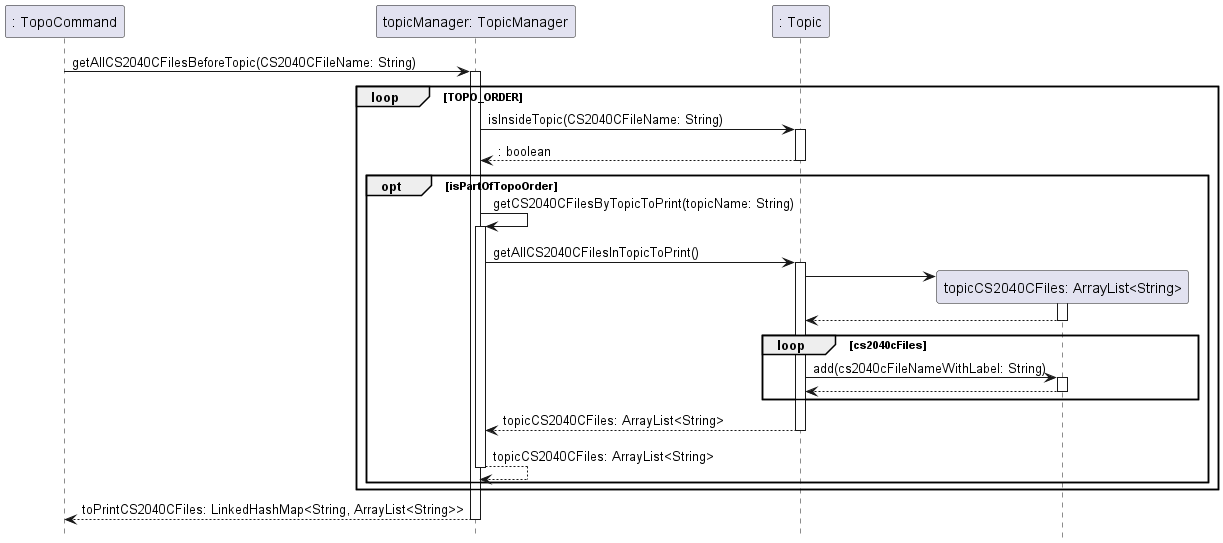
Before: docs/sequence-diagrams/diagrams/TopicManager.png, a diagram exported from PlantUML (ong-ck/tp). Source of this version:
```plantuml
@startuml
hide footbox

participant ": TopoCommand" as TopoCommand
participant "topicManager: TopicManager" as TopicManager
participant ": Topic" as Topic
participant "topicCS2040CFiles: ArrayList<String>" as topicCS2040CFiles

TopoCommand -> TopicManager : getAllCS2040CFilesBeforeTopic(CS2040CFileName: String)
activate TopicManager
    loop TOPO_ORDER
        TopicManager -> Topic: isInsideTopic(CS2040CFileName: String)
        activate Topic
        return : boolean

        opt isPartOfTopoOrder
            TopicManager -> TopicManager: getCS2040CFilesByTopicToPrint(topicName: String)
            activate TopicManager
                TopicManager -> Topic: getAllCS2040CFilesInTopicToPrint()
                activate Topic
                    Topic -> topicCS2040CFiles **
                    activate topicCS2040CFiles
                    return

                    loop cs2040cFiles
                        Topic -> topicCS2040CFiles: add(cs2040cFileNameWithLabel: String)
                        activate topicCS2040CFiles
                        return
                    end
                return topicCS2040CFiles: ArrayList<String>
            return topicCS2040CFiles: ArrayList<String>
        end
    end
return toPrintCS2040CFiles: LinkedHashMap<String, ArrayList<String>>
@enduml
```
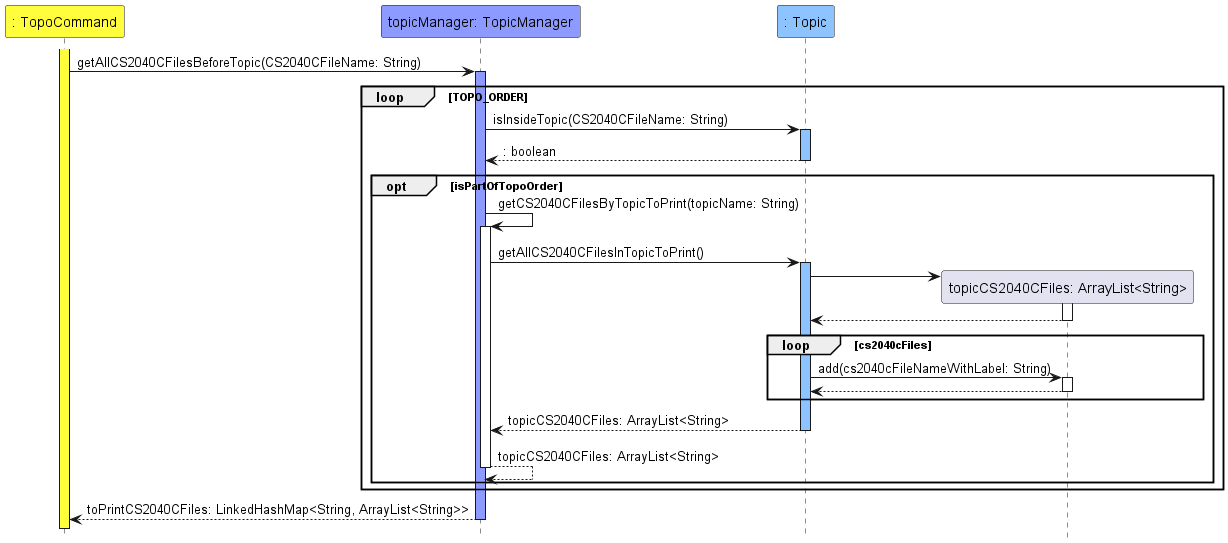
The same diagram one commit later.

Diff of the diagram source:
```diff
@@ -1,23 +1,25 @@
 @startuml
+!include ../../style.iuml
 hide footbox
 
-participant ": TopoCommand" as TopoCommand
-participant "topicManager: TopicManager" as TopicManager
-participant ": Topic" as Topic
+participant ": TopoCommand" as TopoCommand TopoCommand_STYLE
+participant "topicManager: TopicManager" as TopicManager TopicManager_STYLE
+participant ": Topic" as Topic Topic_STYLE
 participant "topicCS2040CFiles: ArrayList<String>" as topicCS2040CFiles
 
+activate TopoCommand TopoCommand_STYLE
 TopoCommand -> TopicManager : getAllCS2040CFilesBeforeTopic(CS2040CFileName: String)
-activate TopicManager
+activate TopicManager TopicManager_STYLE
     loop TOPO_ORDER
         TopicManager -> Topic: isInsideTopic(CS2040CFileName: String)
-        activate Topic
+        activate Topic Topic_STYLE
         return : boolean
 
         opt isPartOfTopoOrder
             TopicManager -> TopicManager: getCS2040CFilesByTopicToPrint(topicName: String)
             activate TopicManager
                 TopicManager -> Topic: getAllCS2040CFilesInTopicToPrint()
-                activate Topic
+                activate Topic Topic_STYLE
                     Topic -> topicCS2040CFiles **
                     activate topicCS2040CFiles
                     return
```
